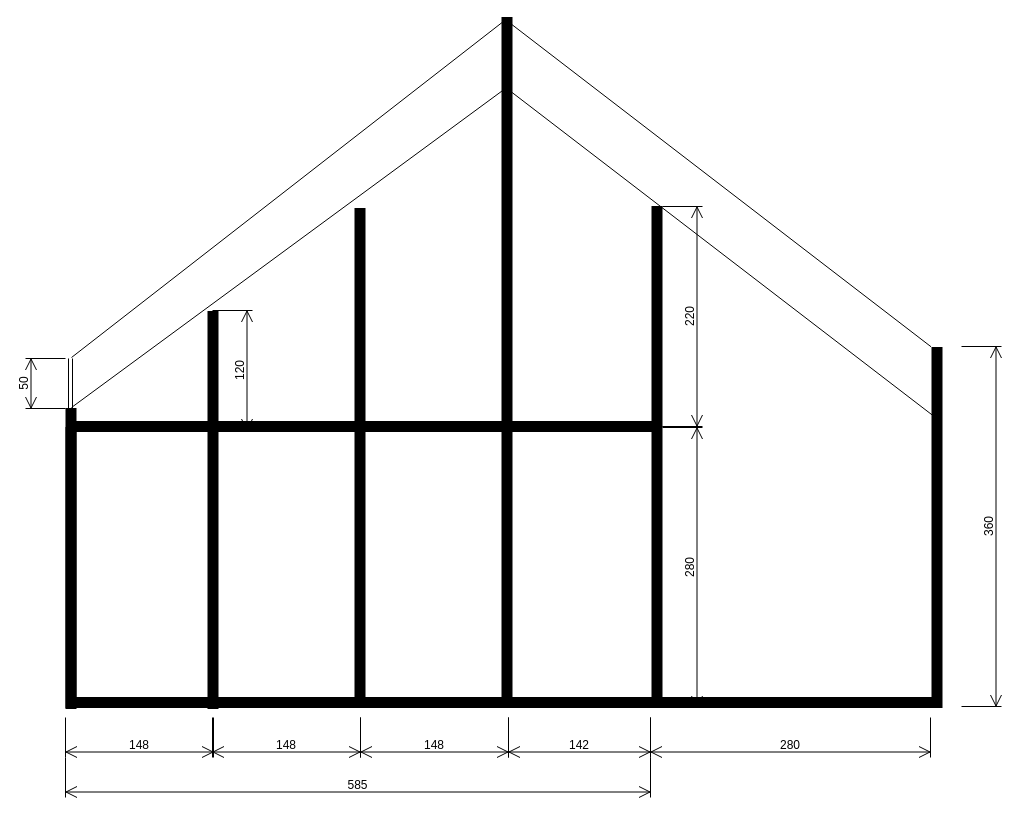
Above: page "base" (1 of 3) of House.drawio in algimas/tmp (draw.io), before the change. Source tidied: cells renumbered, new cells numbered last; positions are measured from the earlier drawing's top-left corner, leaving out a move shared by most shapes. Both pictures are drawn from the tidied source at 100%, with x=0, y=0 at pixel (25, 17).
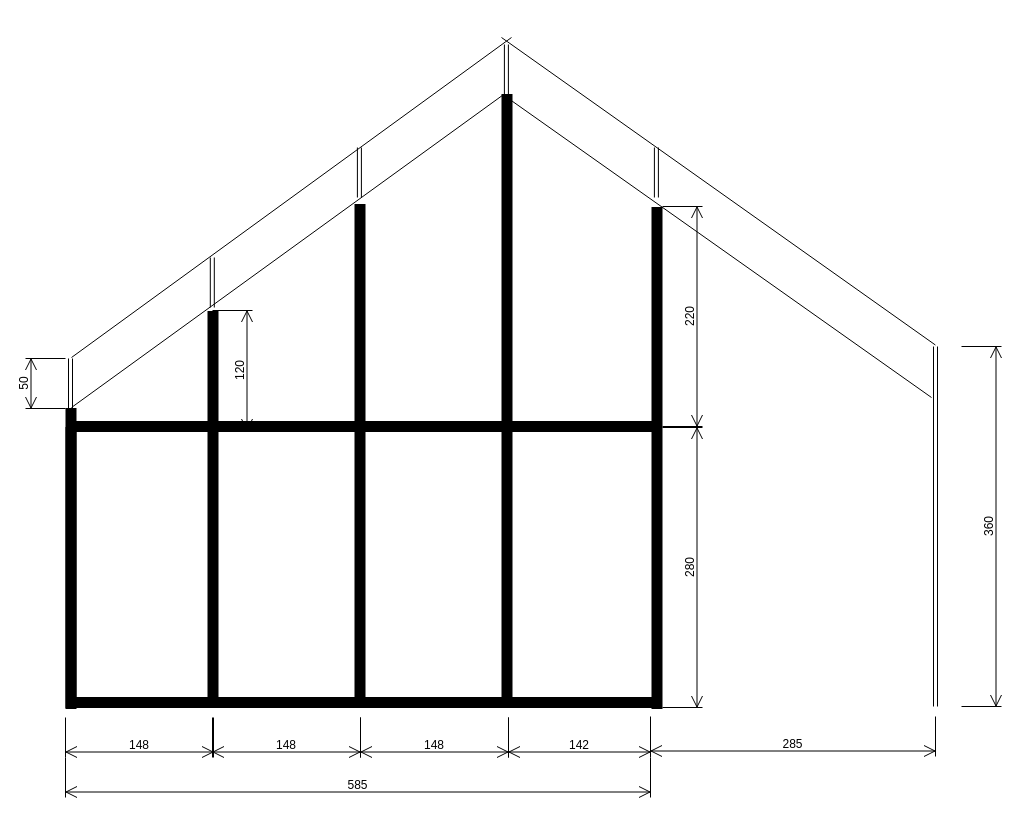
Above is the later version.

The edit, as a diff of the source:
```diff
@@
-    <mxCell id="2" style="verticalLabelPosition=bottom;html=1;verticalAlign=top;align=center;shape=mxgraph.floorplan.wall;fillColor=strokeColor;direction=south;" parent="1" vertex="1">
-      <mxGeometry x="906" y="330" width="11" height="360" as="geometry" />
-    </mxCell>
-    <mxCell id="3" style="verticalLabelPosition=bottom;html=1;verticalAlign=top;align=center;shape=mxgraph.floorplan.wall;fillColor=strokeColor;" parent="1" vertex="1">
-      <mxGeometry x="476" y="680" width="430" height="10" as="geometry" />
-    </mxCell>
     <mxCell id="4" style="verticalLabelPosition=bottom;html=1;verticalAlign=top;align=center;shape=mxgraph.floorplan.wall;fillColor=strokeColor;direction=south;" parent="1" vertex="1">
-      <mxGeometry x="626" y="409" width="11" height="280" as="geometry" />
+      <mxGeometry x="626" y="411" width="11" height="280" as="geometry" />
     </mxCell>
     <mxCell id="5" style="verticalLabelPosition=bottom;html=1;verticalAlign=top;align=center;shape=mxgraph.floorplan.wall;fillColor=strokeColor;direction=south;" parent="1" vertex="1">
-      <mxGeometry x="476" width="11" height="680" as="geometry" />
+      <mxGeometry x="476" y="77" width="11" height="613" as="geometry" />
     </mxCell>
-    <mxCell id="6" style="endArrow=none;html=1;rounded=0;entryX=0.003;entryY=0.649;entryDx=0;entryDy=0;entryPerimeter=0;exitX=-0.002;exitY=1.039;exitDx=0;exitDy=0;exitPerimeter=0;" parent="1" edge="1" source="2" target="5">
-      <mxGeometry relative="1" as="geometry" />
+    <mxCell id="6" style="endArrow=none;html=1;rounded=0;entryX=0.003;entryY=0.649;entryDx=0;entryDy=0;entryPerimeter=0;exitX=0.139;exitY=1;exitDx=0;exitDy=0;exitPerimeter=0;" parent="1" edge="1" target="5">
+      <mxGeometry relative="1" as="geometry">
+        <mxPoint x="906" y="380" as="sourcePoint" />
+      </mxGeometry>
     </mxCell>
     <mxCell id="7" style="verticalLabelPosition=bottom;html=1;verticalAlign=top;align=center;shape=mxgraph.floorplan.wall;fillColor=strokeColor;direction=south;" parent="1" vertex="1">
-      <mxGeometry x="626" y="189" width="11" height="220" as="geometry" />
+      <mxGeometry x="626" y="190" width="11" height="220" as="geometry" />
     </mxCell>
-    <mxCell id="8" style="endArrow=none;html=1;rounded=0;entryX=0.003;entryY=0.649;entryDx=0;entryDy=0;entryPerimeter=0;exitX=-0.002;exitY=1.039;exitDx=0;exitDy=0;exitPerimeter=0;" parent="1" edge="1">
+    <mxCell id="8" style="endArrow=none;html=1;rounded=0;exitX=-0.007;exitY=0.642;exitDx=0;exitDy=0;exitPerimeter=0;" parent="1" edge="1">
       <mxGeometry relative="1" as="geometry">
-        <mxPoint x="910" y="400" as="sourcePoint" />
-        <mxPoint x="484" y="73" as="targetPoint" />
+        <mxPoint x="909.9" y="327.5" as="sourcePoint" />
+        <mxPoint x="476" y="20" as="targetPoint" />
       </mxGeometry>
     </mxCell>
@@
     <mxCell id="11" style="verticalLabelPosition=bottom;html=1;verticalAlign=top;align=center;shape=mxgraph.floorplan.wall;fillColor=strokeColor;direction=south;" parent="1" vertex="1">
-      <mxGeometry x="329" y="191" width="11" height="220" as="geometry" />
+      <mxGeometry x="329" y="187" width="11" height="220" as="geometry" />
     </mxCell>
@@
-    <mxCell id="13" value="280" style="shape=dimension;whiteSpace=wrap;html=1;align=center;verticalAlign=bottom;spacingBottom=3;labelBackgroundColor=none;" parent="1" vertex="1">
-      <mxGeometry x="625" y="700" width="280" height="40" as="geometry" />
+    <mxCell id="13" value="285" style="shape=dimension;whiteSpace=wrap;html=1;align=center;verticalAlign=bottom;spacingBottom=3;labelBackgroundColor=none;" parent="1" vertex="1">
+      <mxGeometry x="625" y="699" width="285" height="40" as="geometry" />
     </mxCell>
@@
     <mxCell id="22" style="verticalLabelPosition=bottom;html=1;verticalAlign=top;align=center;shape=mxgraph.floorplan.wall;fillColor=strokeColor;direction=south;" parent="1" vertex="1">
-      <mxGeometry x="182" y="411" width="11" height="280" as="geometry" />
+      <mxGeometry x="182" y="410" width="11" height="280" as="geometry" />
     </mxCell>
@@
-    <mxCell id="25" style="endArrow=none;html=1;rounded=0;entryX=0.106;entryY=0.779;entryDx=0;entryDy=0;entryPerimeter=0;" parent="1" edge="1" target="5">
+    <mxCell id="25" style="endArrow=none;html=1;rounded=0;entryX=0;entryY=0.802;entryDx=0;entryDy=0;entryPerimeter=0;" parent="1" edge="1" target="5">
       <mxGeometry relative="1" as="geometry">
         <mxPoint x="46" y="390" as="sourcePoint" />
       </mxGeometry>
     </mxCell>
-    <mxCell id="26" style="endArrow=none;html=1;rounded=0;entryX=0.003;entryY=0.649;entryDx=0;entryDy=0;entryPerimeter=0;" parent="1" edge="1">
+    <mxCell id="26" style="endArrow=none;html=1;rounded=0;" parent="1" edge="1">
       <mxGeometry relative="1" as="geometry">
         <mxPoint x="46" y="340" as="sourcePoint" />
-        <mxPoint x="483" as="targetPoint" />
+        <mxPoint x="486" y="20" as="targetPoint" />
       </mxGeometry>
     </mxCell>
@@
+    <mxCell id="32" style="shape=link;endArrow=classic;html=1;rounded=0;" parent="1" edge="1">
+      <mxGeometry relative="1" as="geometry">
+        <mxPoint x="630.9" y="180" as="sourcePoint" />
+        <mxPoint x="630.9" y="130" as="targetPoint" />
+      </mxGeometry>
+    </mxCell>
+    <mxCell id="33" style="shape=link;endArrow=classic;html=1;rounded=0;" parent="1" edge="1">
+      <mxGeometry relative="1" as="geometry">
+        <mxPoint x="186.8" y="290" as="sourcePoint" />
+        <mxPoint x="186.8" y="240" as="targetPoint" />
+      </mxGeometry>
+    </mxCell>
+    <mxCell id="34" style="shape=link;endArrow=classic;html=1;rounded=0;" parent="1" edge="1">
+      <mxGeometry relative="1" as="geometry">
+        <mxPoint x="333.9" y="180" as="sourcePoint" />
+        <mxPoint x="333.9" y="130" as="targetPoint" />
+      </mxGeometry>
+    </mxCell>
+    <mxCell id="35" style="shape=link;endArrow=classic;html=1;rounded=0;" parent="1" edge="1">
+      <mxGeometry relative="1" as="geometry">
+        <mxPoint x="480.9" y="77" as="sourcePoint" />
+        <mxPoint x="480.9" y="27" as="targetPoint" />
+      </mxGeometry>
+    </mxCell>
+    <mxCell id="36" style="shape=link;endArrow=classic;html=1;rounded=0;" parent="1" edge="1">
+      <mxGeometry relative="1" as="geometry">
+        <mxPoint x="910" y="689" as="sourcePoint" />
+        <mxPoint x="910" y="329" as="targetPoint" />
+      </mxGeometry>
+    </mxCell>
```
